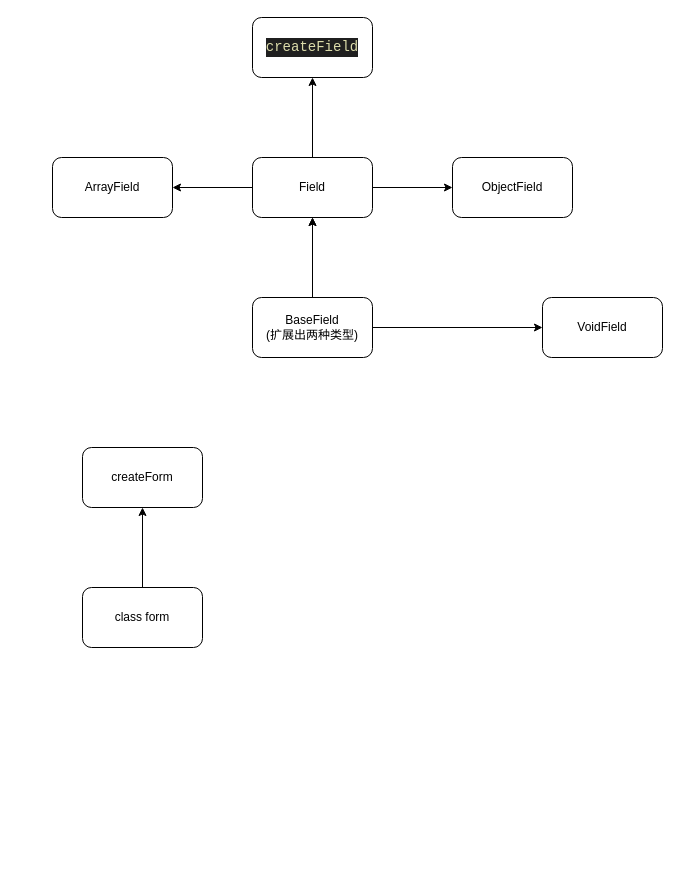
Above: page "core" (1 of 4) of Untitled Diagram.drawio in lmmqxyx404/formily_scratch (draw.io), before the change. Source tidied: cells renumbered, new cells numbered last; positions are measured from the earlier drawing's top-left corner, leaving out a move shared by most shapes. Both pictures are drawn from the tidied source at 100%, with x=0, y=0 at pixel (52, 17).
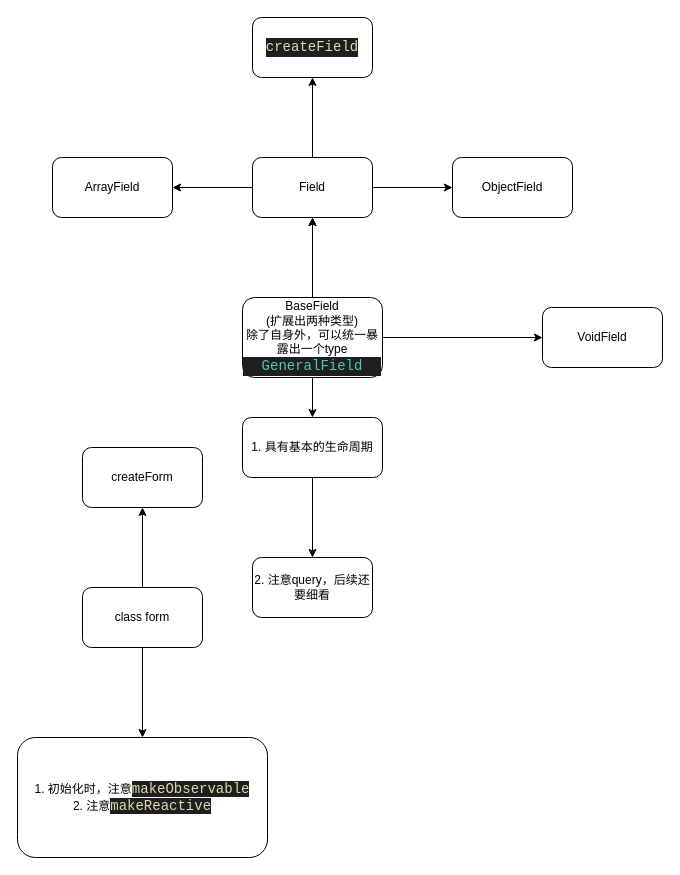
After the change.

The change refers to these unchanged cells:
```xml
<mxCell id="3" value="class form" style="rounded=1;whiteSpace=wrap;html=1;" parent="1" vertex="1">
  <mxGeometry x="30" y="570" width="120" height="60" as="geometry" />
</mxCell>
```

The edit, as a diff of the source:
```diff
@@
+    <mxCell id="17" style="edgeStyle=orthogonalEdgeStyle;rounded=0;jettySize=auto;html=1;" parent="1" edge="1" source="3" target="19">
+      <mxGeometry relative="1" as="geometry" />
+    </mxCell>
@@
+    <mxCell id="18" style="edgeStyle=orthogonalEdgeStyle;rounded=0;jettySize=auto;html=1;" parent="1" edge="1" source="8" target="21">
+      <mxGeometry relative="1" as="geometry" />
+    </mxCell>
-    <mxCell id="8" value="BaseField&lt;div&gt;(扩展出两种类型)&lt;/div&gt;" style="rounded=1;whiteSpace=wrap;html=1;" parent="1" vertex="1">
-      <mxGeometry x="200" y="280" width="120" height="60" as="geometry" />
+    <mxCell id="8" value="BaseField&lt;div&gt;(扩展出两种类型&lt;span style=&quot;background-color: initial;&quot;&gt;)&lt;/span&gt;&lt;/div&gt;&lt;div&gt;&lt;span style=&quot;background-color: initial;&quot;&gt;除了自身外，可以统一暴露出一个type&lt;/span&gt;&lt;/div&gt;&lt;div&gt;&lt;div style=&quot;color: rgb(204, 204, 204); background-color: rgb(31, 31, 31); font-family: Consolas, &amp;quot;Courier New&amp;quot;, monospace; font-size: 14px; line-height: 19px; white-space: pre;&quot;&gt;&lt;span style=&quot;color: #4ec9b0;&quot;&gt;GeneralField&lt;/span&gt;&lt;/div&gt;&lt;/div&gt;" style="rounded=1;whiteSpace=wrap;html=1;" parent="1" vertex="1">
+      <mxGeometry x="190" y="280" width="140" height="80" as="geometry" />
     </mxCell>
@@
     <mxCell id="13" value="VoidField" style="whiteSpace=wrap;html=1;rounded=1;" parent="1" vertex="1">
-      <mxGeometry x="490" y="280" width="120" height="60" as="geometry" />
+      <mxGeometry x="490" y="290" width="120" height="60" as="geometry" />
     </mxCell>
@@
+    <mxCell id="19" value="1. 初始化时，注意&lt;span style=&quot;color: rgb(220, 220, 170); background-color: rgb(31, 31, 31); font-family: Consolas, &amp;quot;Courier New&amp;quot;, monospace; font-size: 14px; white-space: pre;&quot;&gt;makeObservable&lt;/span&gt;&lt;div&gt;2. 注意&lt;span style=&quot;color: rgb(220, 220, 170); background-color: rgb(31, 31, 31); font-family: Consolas, &amp;quot;Courier New&amp;quot;, monospace; font-size: 14px; white-space: pre;&quot;&gt;makeReactive&lt;/span&gt;&lt;/div&gt;" style="whiteSpace=wrap;html=1;rounded=1;" parent="1" vertex="1">
+      <mxGeometry x="-35" y="720" width="250" height="120" as="geometry" />
+    </mxCell>
+    <mxCell id="20" style="edgeStyle=orthogonalEdgeStyle;rounded=0;jettySize=auto;html=1;" parent="1" edge="1" source="21" target="22">
+      <mxGeometry relative="1" as="geometry" />
+    </mxCell>
+    <mxCell id="21" value="1. 具有基本的生命周期" style="whiteSpace=wrap;html=1;rounded=1;" parent="1" vertex="1">
+      <mxGeometry x="190" y="400" width="140" height="60" as="geometry" />
+    </mxCell>
+    <mxCell id="22" value="2. 注意query，后续还要细看" style="whiteSpace=wrap;html=1;rounded=1;" parent="1" vertex="1">
+      <mxGeometry x="200" y="540" width="120" height="60" as="geometry" />
+    </mxCell>
```
